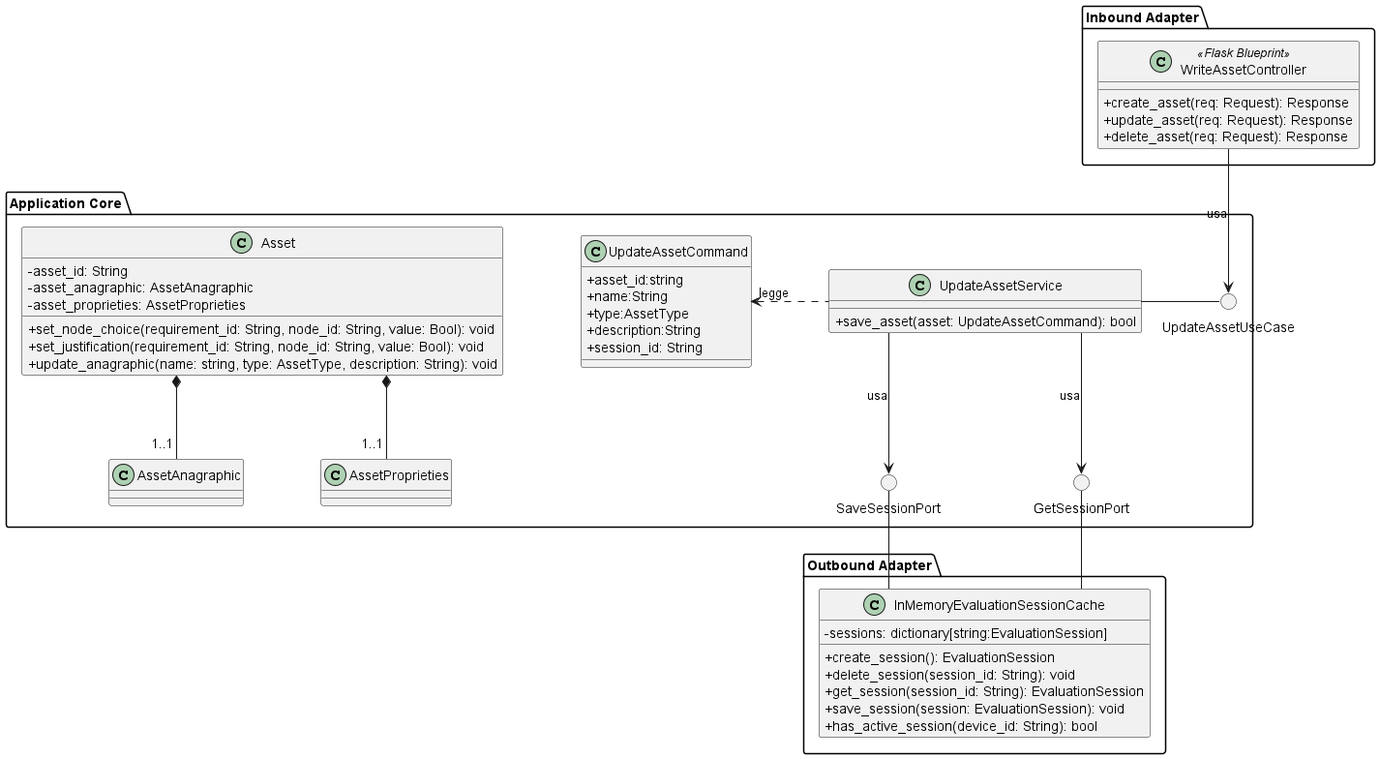
The PlantUML diagram src/PB/DocumentazioneEsterna/Specifica_Tecnica/content/uml/png/SaveAsset/UpdateAsset.png in GroupRubberDuck/Documentazione, before a commit. Source of this version:
```plantuml
@startuml UpdateAsset
skinparam linetype ortho
skinparam nodesep 80
skinparam ranksep 80
skinparam classAttributeIconSize 0

package "Inbound Adapter"{
    !include InboundAdapters/WriteAssetController.puml
}

package "Application Core" {

    class UpdateAssetCommand {
        + asset_id:string
        + name:String
        + type:AssetType
        + description:String
        + session_id: String
    }

    () "UpdateAssetUseCase"
    !include ApplicationServices/UpdateAssetService.puml
    !include Domain/Asset.puml

    () "SaveSessionPort"
    () "GetSessionPort"

    UpdateAssetService .left.> UpdateAssetCommand: legge
}

package "Outbound Adapter" {
    !include OutboundAdapters/InMemoryEvaluationSessionCache.puml
}


UpdateAssetService - UpdateAssetUseCase

UpdateAssetService --> SaveSessionPort : usa
UpdateAssetService --> GetSessionPort : usa

SaveSessionPort -- InMemoryEvaluationSessionCache
GetSessionPort -- InMemoryEvaluationSessionCache

WriteAssetController --> UpdateAssetUseCase : usa

@enduml
```
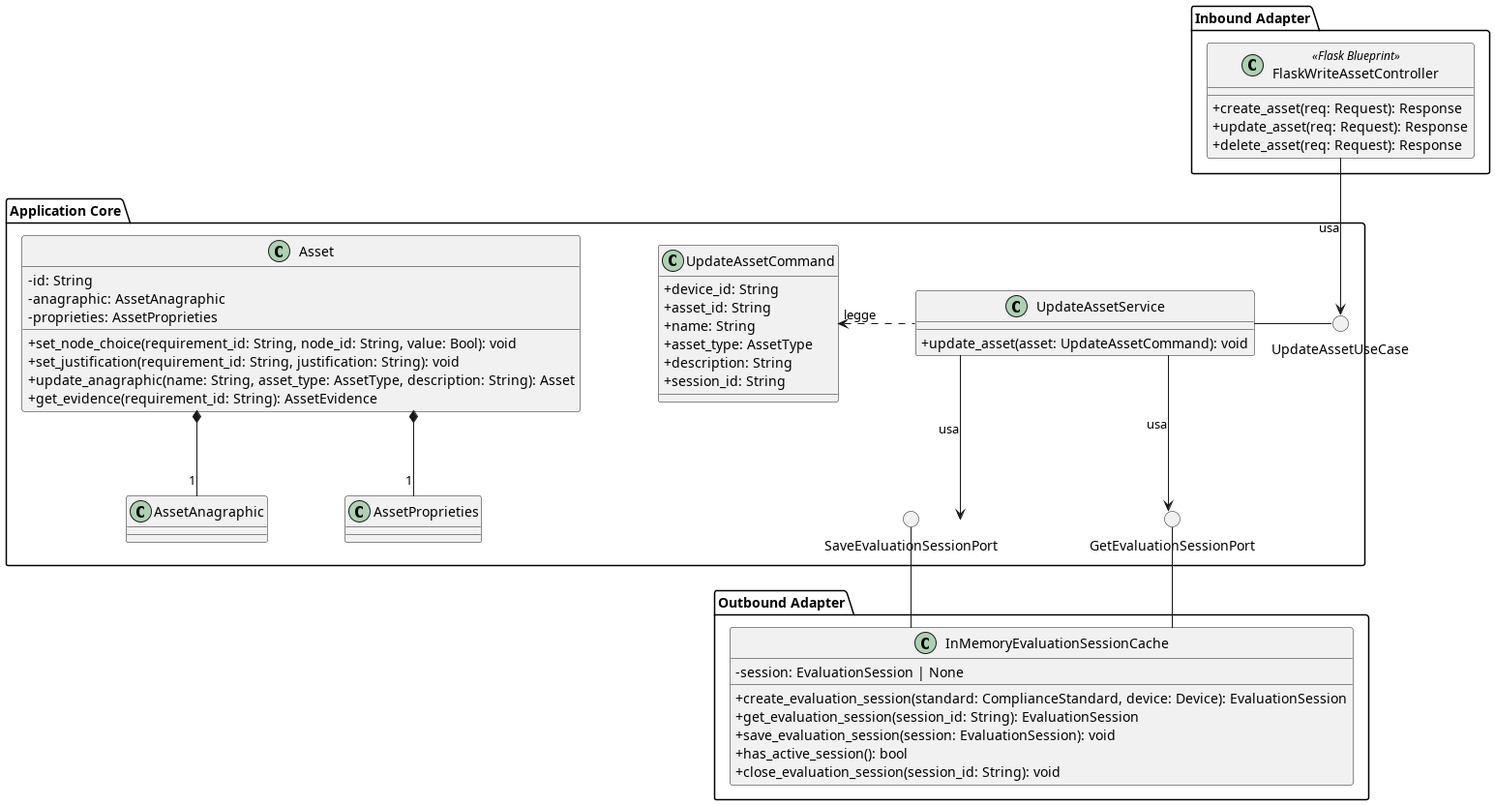
After the commit.

The edit, as a diff of the source:
```diff
@@ -5,25 +5,19 @@
 skinparam classAttributeIconSize 0
 
 package "Inbound Adapter"{
-    !include InboundAdapters/WriteAssetController.puml
+    !include InboundAdapters/FlaskWriteAssetController.puml
 }
 
 package "Application Core" {
 
-    class UpdateAssetCommand {
-        + asset_id:string
-        + name:String
-        + type:AssetType
-        + description:String
-        + session_id: String
-    }
+    !include Command/UpdateAssetCommand.puml
 
     () "UpdateAssetUseCase"
     !include ApplicationServices/UpdateAssetService.puml
     !include Domain/Asset.puml
 
-    () "SaveSessionPort"
-    () "GetSessionPort"
+    () "SaveEvaluationSessionPort"
+    () "GetEvaluationSessionPort"
 
     UpdateAssetService .left.> UpdateAssetCommand: legge
 }
@@ -35,12 +29,12 @@
 
 UpdateAssetService - UpdateAssetUseCase
 
-UpdateAssetService --> SaveSessionPort : usa
-UpdateAssetService --> GetSessionPort : usa
+UpdateAssetService --> SaveEvaluationSessionPort : usa
+UpdateAssetService --> GetEvaluationSessionPort : usa
 
-SaveSessionPort -- InMemoryEvaluationSessionCache
-GetSessionPort -- InMemoryEvaluationSessionCache
+SaveEvaluationSessionPort -- InMemoryEvaluationSessionCache
+GetEvaluationSessionPort -- InMemoryEvaluationSessionCache
 
-WriteAssetController --> UpdateAssetUseCase : usa
+FlaskWriteAssetController --> UpdateAssetUseCase : usa
 
 @enduml
```
